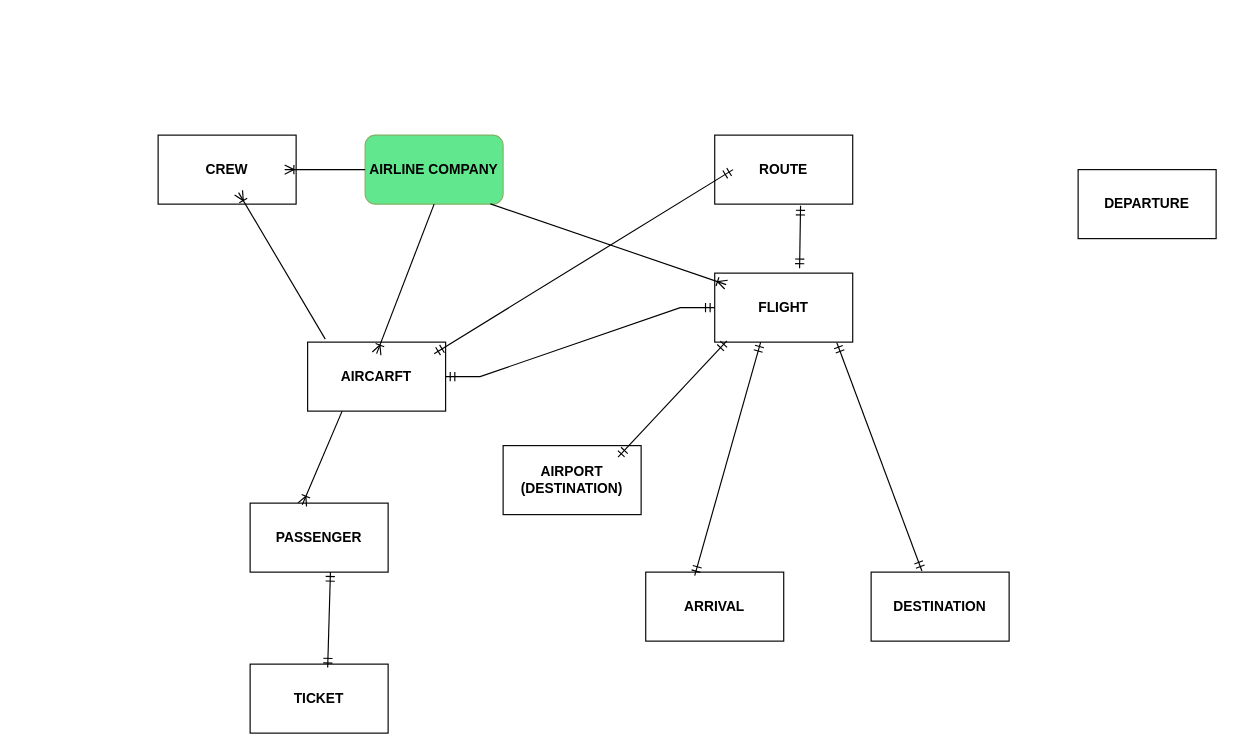
The draw.io diagram model_abstract.drawio in vladmagosin/examen_sem_1_db, before the edit. Source tidied: cells renumbered, new cells numbered last; positions are measured from the earlier drawing's top-left corner, leaving out a move shared by most shapes. Both pictures are drawn from the tidied source at 115%, with x=0, y=0 at pixel (158, 135).
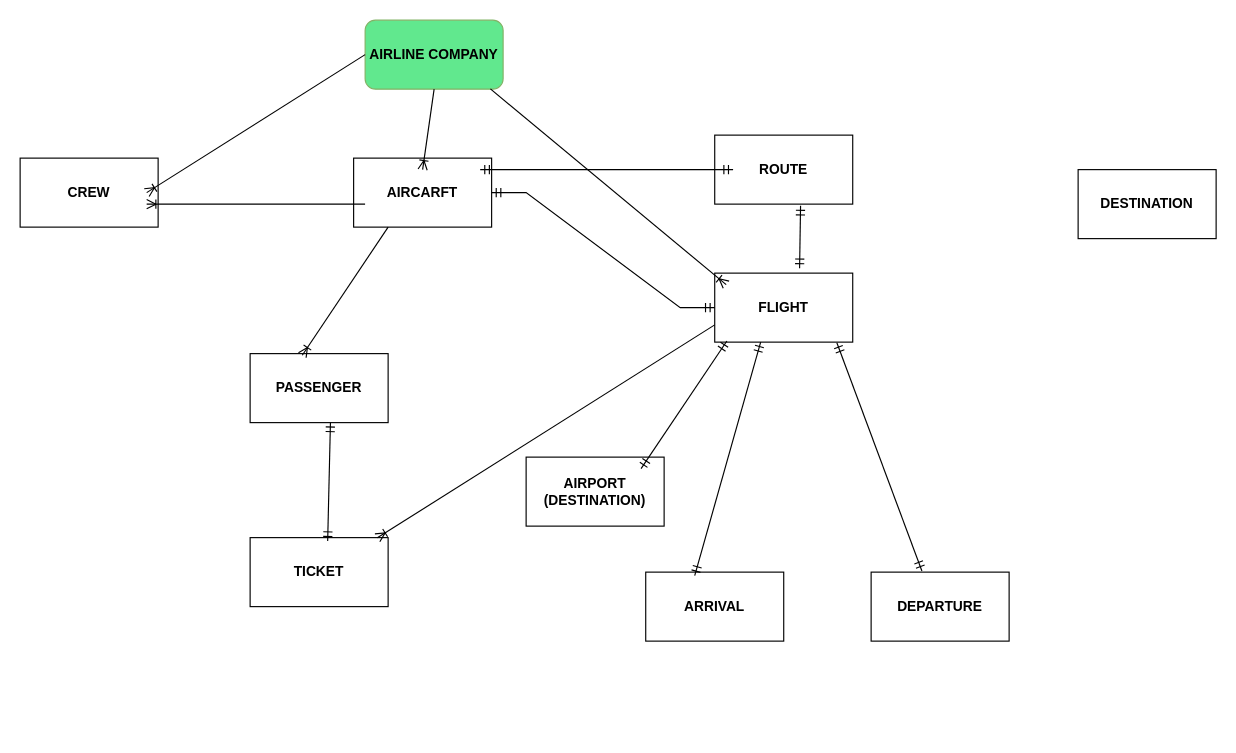
After the change.

Unchanged cells that the change refers to:
```xml
<mxCell id="6" value="&lt;b&gt;FLIGHT&lt;/b&gt;" style="rounded=0;whiteSpace=wrap;html=1;" parent="1" vertex="1">
  <mxGeometry x="484" y="120" width="120" height="60" as="geometry" />
</mxCell>
```

The edit, as a diff of the source:
```diff
@@
     <mxCell id="2" value="AIRLINE COMPANY" style="rounded=1;whiteSpace=wrap;html=1;fontStyle=1;fillColor=#61E88E;strokeColor=#82b366;" parent="1" vertex="1">
-      <mxGeometry x="180" width="120" height="60" as="geometry" />
+      <mxGeometry x="180" y="-100" width="120" height="60" as="geometry" />
     </mxCell>
     <mxCell id="3" value="&lt;b&gt;AIRCARFT&lt;/b&gt;" style="rounded=0;whiteSpace=wrap;html=1;" parent="1" vertex="1">
-      <mxGeometry x="130" y="180" width="120" height="60" as="geometry" />
+      <mxGeometry x="170" y="20" width="120" height="60" as="geometry" />
     </mxCell>
     <mxCell id="4" value="&lt;b&gt;CREW&lt;/b&gt;" style="rounded=0;whiteSpace=wrap;html=1;" parent="1" vertex="1">
-      <mxGeometry width="120" height="60" as="geometry" />
+      <mxGeometry x="-120" y="20" width="120" height="60" as="geometry" />
     </mxCell>
@@
-    <mxCell id="7" value="&lt;b&gt;DEPARTURE&lt;/b&gt;" style="rounded=0;whiteSpace=wrap;html=1;" parent="1" vertex="1">
+    <mxCell id="7" value="&lt;b&gt;DESTINATION&lt;/b&gt;" style="rounded=0;whiteSpace=wrap;html=1;" parent="1" vertex="1">
       <mxGeometry x="800" y="30" width="120" height="60" as="geometry" />
     </mxCell>
     <mxCell id="8" value="&lt;b&gt;PASSENGER&lt;/b&gt;" style="rounded=0;whiteSpace=wrap;html=1;" parent="1" vertex="1">
-      <mxGeometry x="80" y="320" width="120" height="60" as="geometry" />
+      <mxGeometry x="80" y="190" width="120" height="60" as="geometry" />
     </mxCell>
     <mxCell id="9" value="&lt;b&gt;AIRPORT (DESTINATION)&lt;/b&gt;" style="rounded=0;whiteSpace=wrap;html=1;" parent="1" vertex="1">
-      <mxGeometry x="300" y="270" width="120" height="60" as="geometry" />
+      <mxGeometry x="320" y="280" width="120" height="60" as="geometry" />
     </mxCell>
     <mxCell id="10" value="&lt;b&gt;TICKET&lt;/b&gt;" style="rounded=0;whiteSpace=wrap;html=1;" parent="1" vertex="1">
-      <mxGeometry x="80" y="460" width="120" height="60" as="geometry" />
+      <mxGeometry x="80" y="350" width="120" height="60" as="geometry" />
     </mxCell>
-    <mxCell id="11" value="&lt;b&gt;DESTINATION&lt;/b&gt;" style="rounded=0;whiteSpace=wrap;html=1;" parent="1" vertex="1">
+    <mxCell id="11" value="&lt;b&gt;DEPARTURE&lt;/b&gt;" style="rounded=0;whiteSpace=wrap;html=1;" parent="1" vertex="1">
       <mxGeometry x="620" y="380" width="120" height="60" as="geometry" />
     </mxCell>
@@
-    <mxCell id="17" style="fontSize=12;html=1;endArrow=ERoneToMany;rounded=0;exitX=0.128;exitY=-0.043;exitDx=0;exitDy=0;exitPerimeter=0;entryX=0.583;entryY=0.833;entryDx=0;entryDy=0;entryPerimeter=0;" parent="1" edge="1" source="3" target="4">
+    <mxCell id="17" style="fontSize=12;html=1;endArrow=ERoneToMany;rounded=0;exitX=0.083;exitY=0.667;exitDx=0;exitDy=0;exitPerimeter=0;entryX=0.917;entryY=0.667;entryDx=0;entryDy=0;entryPerimeter=0;" parent="1" edge="1" source="3" target="4">
       <mxGeometry relative="1" as="geometry" />
     </mxCell>
@@
+    <mxCell id="25" style="fontSize=12;html=1;endArrow=ERoneToMany;rounded=0;entryX=0.922;entryY=0.003;entryDx=0;entryDy=0;entryPerimeter=0;exitX=0;exitY=0.75;exitDx=0;exitDy=0;" parent="1" edge="1" source="6" target="10">
+      <mxGeometry relative="1" as="geometry" />
+    </mxCell>
```
